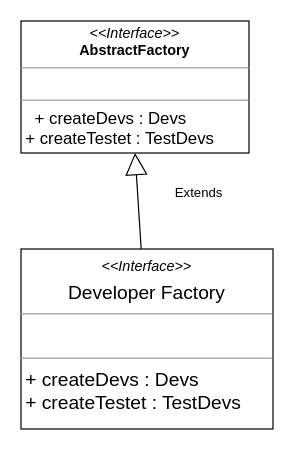
Earlier version of the draw.io diagram creational/abstract-factory/abs-factory.drawio (MaksShadows/Patterns). Source tidied: cells renumbered, new cells numbered last; positions are measured from the earlier drawing's top-left corner, leaving out a move shared by most shapes. Both pictures are drawn from the tidied source at 120%, with x=0, y=0 at pixel (20, 20).
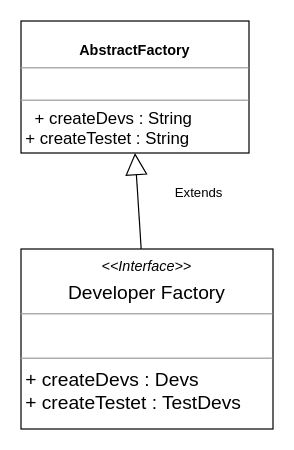
After the change.

The edit, as a diff of the source:
```diff
@@
 <mxGraphModel>
   <root>
     <mxCell id="0" />
     <mxCell id="1" parent="0" />
-    <mxCell id="2" value="&lt;p style=&quot;margin: 0px ; margin-top: 4px ; text-align: center&quot;&gt;&lt;i&gt;&amp;lt;&amp;lt;Interface&amp;gt;&amp;gt;&lt;/i&gt;&lt;br&gt;&lt;b&gt;AbstractFactory&lt;/b&gt;&lt;/p&gt;&lt;hr size=&quot;1&quot;&gt;&lt;p style=&quot;margin: 0px ; margin-left: 4px&quot;&gt;&lt;br&gt;&lt;/p&gt;&lt;hr size=&quot;1&quot;&gt;&lt;p style=&quot;text-align: justify ; margin: 0px 0px 0px 4px&quot;&gt;&lt;font style=&quot;font-size: 14px&quot;&gt;&amp;nbsp; + createDevs : Devs&lt;/font&gt;&lt;/p&gt;&lt;p style=&quot;text-align: justify ; margin: 0px 0px 0px 4px&quot;&gt;&lt;font style=&quot;font-size: 14px&quot;&gt;+ createTestet : TestDevs&lt;/font&gt;&lt;/p&gt;" style="verticalAlign=top;align=left;overflow=fill;fontSize=12;fontFamily=Helvetica;html=1;" parent="1" vertex="1">
+    <mxCell id="2" value="&lt;p style=&quot;margin: 0px ; margin-top: 4px ; text-align: center&quot;&gt;&lt;br&gt;&lt;b&gt;AbstractFactory&lt;/b&gt;&lt;/p&gt;&lt;hr size=&quot;1&quot;&gt;&lt;p style=&quot;margin: 0px ; margin-left: 4px&quot;&gt;&lt;br&gt;&lt;/p&gt;&lt;hr size=&quot;1&quot;&gt;&lt;p style=&quot;text-align: justify ; margin: 0px 0px 0px 4px&quot;&gt;&lt;font style=&quot;font-size: 14px&quot;&gt;&amp;nbsp; + createDevs : String&lt;/font&gt;&lt;/p&gt;&lt;p style=&quot;text-align: justify ; margin: 0px 0px 0px 4px&quot;&gt;&lt;font style=&quot;font-size: 14px&quot;&gt;+ createTestet : String&lt;/font&gt;&lt;/p&gt;" style="verticalAlign=top;align=left;overflow=fill;fontSize=12;fontFamily=Helvetica;html=1;" parent="1" vertex="1">
       <mxGeometry width="190" height="110" as="geometry" />
     </mxCell>
     <mxCell id="3" value="&lt;p style=&quot;text-align: center ; margin: 4px 0px 0px ; font-size: 16px&quot;&gt;&lt;font style=&quot;font-size: 16px&quot;&gt;&lt;i style=&quot;font-size: 12px&quot;&gt;&amp;lt;&amp;lt;Interface&amp;gt;&amp;gt;&lt;/i&gt;&lt;br style=&quot;font-size: 12px&quot;&gt;&lt;/font&gt;&lt;/p&gt;&lt;p style=&quot;text-align: center ; margin: 4px 0px 0px ; font-size: 16px&quot;&gt;&lt;font style=&quot;font-size: 16px&quot;&gt;&lt;span style=&quot;text-align: justify&quot;&gt;Developer Factory&lt;/span&gt;&lt;/font&gt;&lt;/p&gt;&lt;hr size=&quot;1&quot; style=&quot;text-align: justify ; font-size: 16px&quot;&gt;&lt;p style=&quot;text-align: justify ; margin: 0px 0px 0px 4px ; font-size: 16px&quot;&gt;&lt;font style=&quot;font-size: 16px&quot;&gt;&lt;br&gt;&lt;/font&gt;&lt;/p&gt;&lt;hr size=&quot;1&quot; style=&quot;text-align: justify ; font-size: 16px&quot;&gt;&lt;p style=&quot;text-align: justify ; margin: 0px 0px 0px 4px ; font-size: 16px&quot;&gt;&lt;font style=&quot;font-size: 16px&quot;&gt;+ createDevs : Devs&lt;/font&gt;&lt;/p&gt;&lt;p style=&quot;text-align: justify ; margin: 0px 0px 0px 4px ; font-size: 16px&quot;&gt;&lt;font style=&quot;font-size: 16px&quot;&gt;+ createTestet : TestDevs&lt;br&gt;&lt;/font&gt;&lt;/p&gt;&lt;div style=&quot;font-size: 16px&quot;&gt;&lt;font style=&quot;font-size: 16px&quot;&gt;&lt;br&gt;&lt;/font&gt;&lt;/div&gt;&lt;div style=&quot;font-size: 16px&quot;&gt;&lt;span&gt;&lt;br&gt;&lt;/span&gt;&lt;/div&gt;" style="verticalAlign=top;align=left;overflow=fill;fontSize=12;fontFamily=Helvetica;html=1;" parent="1" vertex="1">
       <mxGeometry y="190" width="210" height="150" as="geometry" />
     </mxCell>
     <mxCell id="4" value="Extends" style="endArrow=block;endSize=16;endFill=0;html=1;entryX=0.5;entryY=1;entryDx=0;entryDy=0;" parent="1" edge="1" source="3" target="2">
       <mxGeometry x="0.09" y="-51" relative="1" as="geometry" />
     </mxCell>
   </root>
 </mxGraphModel>
```
